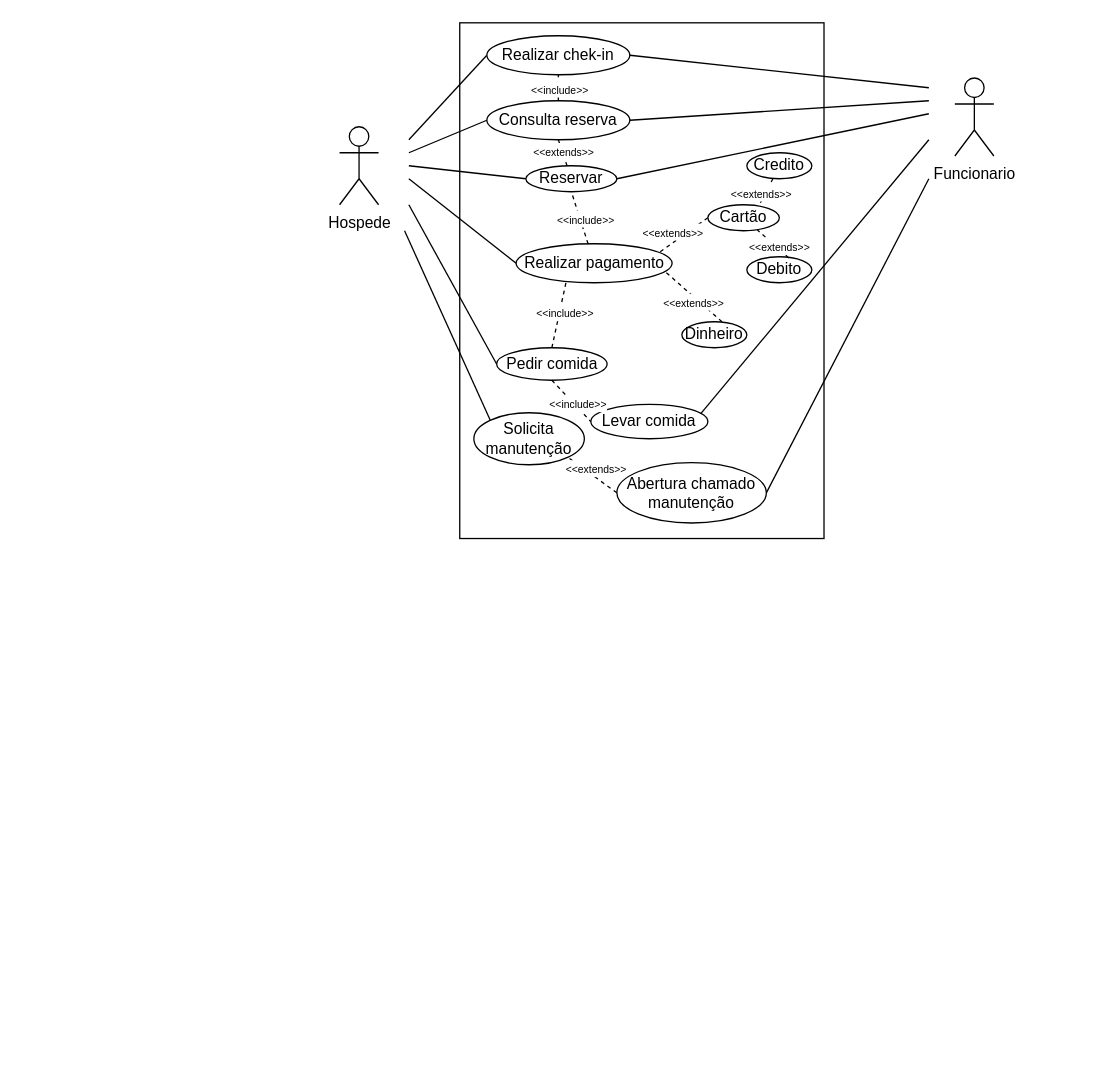
The draw.io diagram 2° Semestre/AS - Analise de Sistemas/Sprint 2/AS-DiagramaCasoDeUso.drawio in lucaslrodrigues/AtividadesFaculdade, before the edit. Source tidied: cells renumbered, new cells numbered last; positions are measured from the earlier drawing's top-left corner, leaving out a move shared by most shapes. Both pictures are drawn from the tidied source at 130%, with x=0, y=0 at pixel (339, 35).
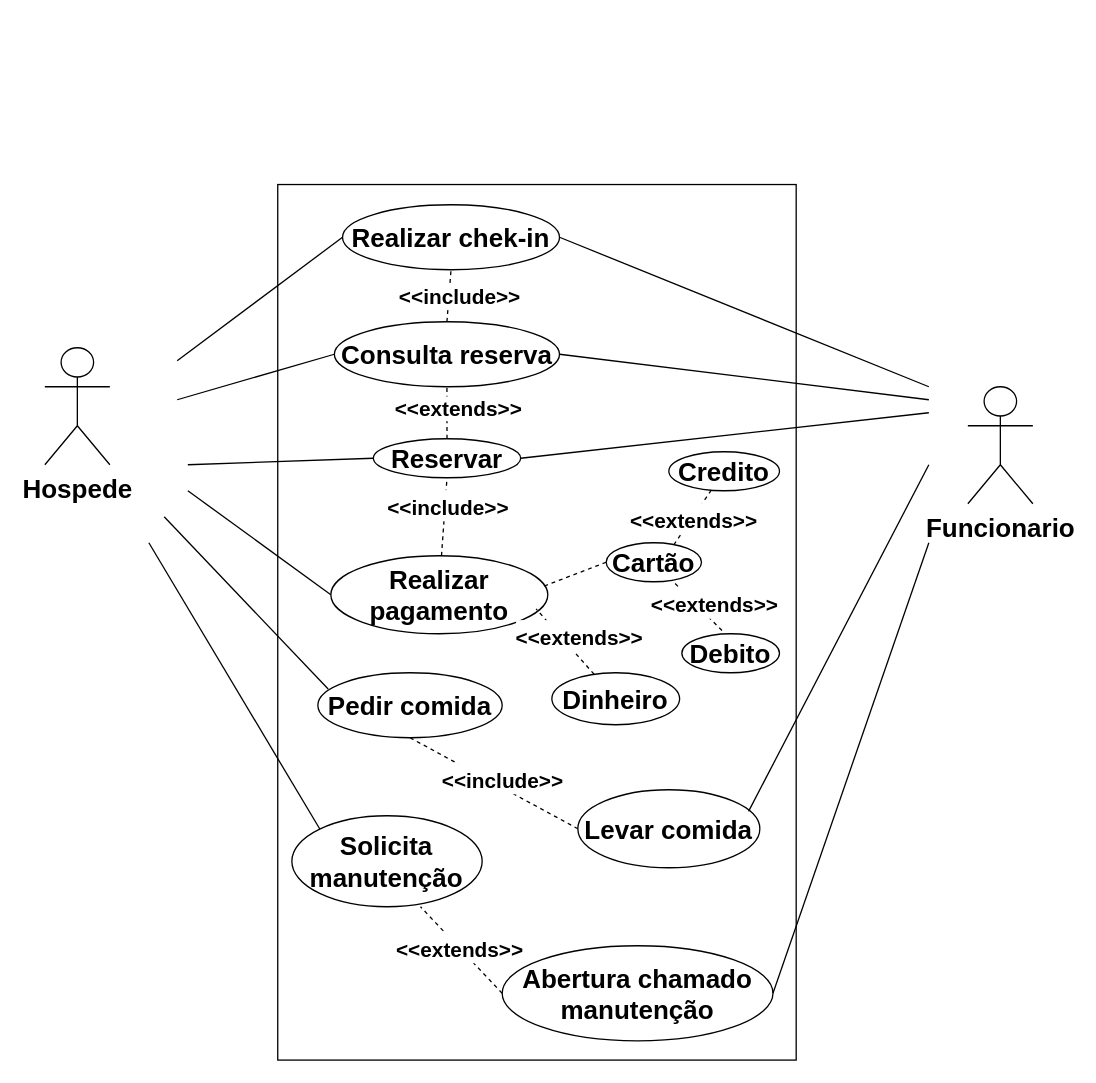
Above is the later version.

What changed in the source:
```diff
@@
-    <mxCell id="2" style="rounded=0;whiteSpace=wrap;html=1;rotation=90;" parent="1" vertex="1">
-      <mxGeometry x="33.9" y="48.3" width="396.7" height="280.2" as="geometry" />
+    <mxCell id="2" style="rounded=0;whiteSpace=wrap;html=1;rotation=90;fontSize=20;fontStyle=1;" parent="1" vertex="1">
+      <mxGeometry x="-185.2" y="251.8" width="673.5" height="398.8" as="geometry" />
     </mxCell>
-    <mxCell id="3" value="Hospede" style="shape=umlActor;verticalLabelPosition=bottom;verticalAlign=top;html=1;" parent="1" vertex="1">
-      <mxGeometry x="-0.3" y="70" width="30" height="60" as="geometry" />
+    <mxCell id="3" value="Hospede" style="shape=umlActor;verticalLabelPosition=bottom;verticalAlign=top;html=1;fontSize=20;fontStyle=1;" parent="1" vertex="1">
+      <mxGeometry x="-227" y="240" width="50" height="90" as="geometry" />
     </mxCell>
-    <mxCell id="4" style="endArrow=none;html=1;rounded=0;entryX=0;entryY=0.5;entryDx=0;entryDy=0;" parent="1" edge="1" target="5">
+    <mxCell id="4" style="endArrow=none;html=1;rounded=0;entryX=0;entryY=0.5;entryDx=0;entryDy=0;fontSize=20;fontStyle=1;" parent="1" edge="1" target="5">
       <mxGeometry relative="1" as="geometry">
-        <mxPoint x="53" y="80" as="sourcePoint" />
+        <mxPoint x="-125.2" y="250" as="sourcePoint" />
       </mxGeometry>
     </mxCell>
-    <mxCell id="5" value="Realizar chek-in" style="ellipse;whiteSpace=wrap;html=1;" parent="1" vertex="1">
-      <mxGeometry x="113" width="110" height="30" as="geometry" />
+    <mxCell id="5" value="Realizar chek-in" style="ellipse;whiteSpace=wrap;html=1;fontSize=20;fontStyle=1;" parent="1" vertex="1">
+      <mxGeometry x="2" y="130" width="166.9" height="50" as="geometry" />
     </mxCell>
-    <mxCell id="6" value="Funcionario" style="shape=umlActor;verticalLabelPosition=bottom;verticalAlign=top;html=1;" parent="1" vertex="1">
-      <mxGeometry x="473" y="32.5" width="30" height="60" as="geometry" />
+    <mxCell id="6" value="Funcionario" style="shape=umlActor;verticalLabelPosition=bottom;verticalAlign=top;html=1;fontSize=20;fontStyle=1;" parent="1" vertex="1">
+      <mxGeometry x="483" y="270" width="50" height="90" as="geometry" />
     </mxCell>
-    <mxCell id="7" value="Consulta reserva" style="ellipse;whiteSpace=wrap;html=1;" parent="1" vertex="1">
-      <mxGeometry x="113" y="50" width="110" height="30" as="geometry" />
+    <mxCell id="7" value="Consulta reserva" style="ellipse;whiteSpace=wrap;html=1;fontSize=20;fontStyle=1;" parent="1" vertex="1">
+      <mxGeometry x="-4.3" y="220" width="173.2" height="50" as="geometry" />
     </mxCell>
-    <mxCell id="8" style="endArrow=none;html=1;rounded=0;entryX=0;entryY=0.5;entryDx=0;entryDy=0;" parent="1" edge="1" target="7">
+    <mxCell id="8" style="endArrow=none;html=1;rounded=0;entryX=0;entryY=0.5;entryDx=0;entryDy=0;fontSize=20;fontStyle=1;" parent="1" edge="1" target="7">
       <mxGeometry relative="1" as="geometry">
-        <mxPoint x="53" y="90" as="sourcePoint" />
+        <mxPoint x="-125.2" y="280" as="sourcePoint" />
       </mxGeometry>
     </mxCell>
-    <mxCell id="9" value="Pedir comida" style="ellipse;whiteSpace=wrap;html=1;" parent="1" vertex="1">
-      <mxGeometry x="120.5" y="240" width="85" height="25" as="geometry" />
+    <mxCell id="9" value="Pedir comida" style="ellipse;whiteSpace=wrap;html=1;fontSize=20;fontStyle=1;" parent="1" vertex="1">
+      <mxGeometry x="-17" y="490" width="141.8" height="50" as="geometry" />
     </mxCell>
-    <mxCell id="10" style="endArrow=none;html=1;rounded=0;entryX=0;entryY=0.5;entryDx=0;entryDy=0;" parent="1" edge="1" target="9">
+    <mxCell id="10" style="endArrow=none;html=1;rounded=0;entryX=0.056;entryY=0.25;entryDx=0;entryDy=0;fontSize=20;entryPerimeter=0;fontStyle=1;" parent="1" edge="1" target="9">
       <mxGeometry relative="1" as="geometry">
-        <mxPoint x="53" y="130" as="sourcePoint" />
+        <mxPoint x="-135.2" y="370" as="sourcePoint" />
       </mxGeometry>
     </mxCell>
-    <mxCell id="11" value="Realizar pagamento" style="ellipse;whiteSpace=wrap;html=1;" parent="1" vertex="1">
-      <mxGeometry x="135.5" y="160" width="120" height="30" as="geometry" />
+    <mxCell id="11" value="Realizar pagamento" style="ellipse;whiteSpace=wrap;html=1;fontSize=20;fontStyle=1;" parent="1" vertex="1">
+      <mxGeometry x="-7" y="400" width="166.9" height="60" as="geometry" />
     </mxCell>
-    <mxCell id="12" style="endArrow=none;html=1;rounded=0;entryX=0;entryY=0.5;entryDx=0;entryDy=0;" parent="1" edge="1" target="11">
+    <mxCell id="12" style="endArrow=none;html=1;rounded=0;entryX=0;entryY=0.5;entryDx=0;entryDy=0;fontSize=20;fontStyle=1;" parent="1" edge="1" target="11">
       <mxGeometry relative="1" as="geometry">
-        <mxPoint x="53" y="110" as="sourcePoint" />
+        <mxPoint x="-117" y="350" as="sourcePoint" />
       </mxGeometry>
     </mxCell>
-    <mxCell id="13" style="endArrow=none;dashed=1;html=1;rounded=0;exitX=0.617;exitY=-0.002;exitDx=0;exitDy=0;exitPerimeter=0;entryX=0.946;entryY=0.681;entryDx=0;entryDy=0;entryPerimeter=0;" parent="1" edge="1" source="16" target="11">
+    <mxCell id="13" style="endArrow=none;dashed=1;html=1;rounded=0;entryX=0.946;entryY=0.681;entryDx=0;entryDy=0;entryPerimeter=0;fontSize=20;fontStyle=1;" parent="1" edge="1" source="16" target="11">
       <mxGeometry relative="1" as="geometry" />
     </mxCell>
-    <mxCell id="14" value="Cartão" style="ellipse;whiteSpace=wrap;html=1;" parent="1" vertex="1">
-      <mxGeometry x="283" y="130" width="55" height="20" as="geometry" />
+    <mxCell id="14" value="Cartão" style="ellipse;whiteSpace=wrap;html=1;fontSize=20;fontStyle=1;" parent="1" vertex="1">
+      <mxGeometry x="204.8" y="390" width="73.3" height="30" as="geometry" />
     </mxCell>
-    <mxCell id="15" style="endArrow=none;dashed=1;html=1;rounded=0;exitX=0;exitY=0.5;exitDx=0;exitDy=0;entryX=0.918;entryY=0.221;entryDx=0;entryDy=0;entryPerimeter=0;" parent="1" edge="1" source="14" target="11">
+    <mxCell id="15" style="endArrow=none;dashed=1;html=1;rounded=0;exitX=0;exitY=0.5;exitDx=0;exitDy=0;entryX=0.978;entryY=0.394;entryDx=0;entryDy=0;entryPerimeter=0;fontSize=20;fontStyle=1;" parent="1" edge="1" source="14" target="11">
       <mxGeometry relative="1" as="geometry" />
     </mxCell>
-    <mxCell id="16" value="Dinheiro" style="ellipse;whiteSpace=wrap;html=1;" parent="1" vertex="1">
-      <mxGeometry x="263" y="220" width="50" height="20" as="geometry" />
+    <mxCell id="16" value="Dinheiro" style="ellipse;whiteSpace=wrap;html=1;fontSize=20;fontStyle=1;" parent="1" vertex="1">
+      <mxGeometry x="163" y="490" width="98.3" height="40" as="geometry" />
     </mxCell>
-    <mxCell id="17" value="Debito" style="ellipse;whiteSpace=wrap;html=1;" parent="1" vertex="1">
-      <mxGeometry x="313" y="170" width="50" height="20" as="geometry" />
+    <mxCell id="17" value="Debito" style="ellipse;whiteSpace=wrap;html=1;fontSize=20;fontStyle=1;" parent="1" vertex="1">
+      <mxGeometry x="263" y="460" width="75.1" height="30" as="geometry" />
     </mxCell>
-    <mxCell id="18" value="Credito" style="ellipse;whiteSpace=wrap;html=1;" parent="1" vertex="1">
-      <mxGeometry x="313" y="90" width="50" height="20" as="geometry" />
+    <mxCell id="18" value="Credito" style="ellipse;whiteSpace=wrap;html=1;fontSize=20;fontStyle=1;" parent="1" vertex="1">
+      <mxGeometry x="253" y="320" width="85.1" height="30" as="geometry" />
     </mxCell>
-    <mxCell id="19" style="endArrow=none;dashed=1;html=1;rounded=0;exitX=0.644;exitY=0.045;exitDx=0;exitDy=0;exitPerimeter=0;" parent="1" edge="1" source="17" target="14">
+    <mxCell id="19" style="endArrow=none;dashed=1;html=1;rounded=0;exitX=0.411;exitY=-0.083;exitDx=0;exitDy=0;exitPerimeter=0;fontSize=20;fontStyle=1;" parent="1" edge="1" source="17" target="14">
       <mxGeometry relative="1" as="geometry" />
     </mxCell>
-    <mxCell id="20" value="&lt;font style=&quot;font-size: 8px;&quot;&gt;&amp;lt;&amp;lt;extends&amp;gt;&amp;gt;&lt;/font&gt;" style="edgeLabel;html=1;align=center;verticalAlign=middle;" parent="19" vertex="1">
+    <mxCell id="20" value="&lt;font style=&quot;font-size: 16px;&quot;&gt;&amp;lt;&amp;lt;extends&amp;gt;&amp;gt;&lt;/font&gt;" style="edgeLabel;html=1;align=center;verticalAlign=middle;fontSize=20;fontStyle=1;" parent="19" vertex="1">
       <mxGeometry x="-0.48" y="1" relative="1" as="geometry">
-        <mxPoint x="-1" y="-5" as="offset" />
+        <mxPoint x="4" y="-13" as="offset" />
       </mxGeometry>
     </mxCell>
-    <mxCell id="21" style="endArrow=none;dashed=1;html=1;rounded=0;entryX=0.712;entryY=0.045;entryDx=0;entryDy=0;entryPerimeter=0;" parent="1" edge="1" source="18" target="14">
+    <mxCell id="21" style="endArrow=none;dashed=1;html=1;rounded=0;entryX=0.712;entryY=0.045;entryDx=0;entryDy=0;entryPerimeter=0;fontSize=20;fontStyle=1;" parent="1" edge="1" source="18" target="14">
       <mxGeometry relative="1" as="geometry" />
     </mxCell>
-    <mxCell id="22" value="&lt;font style=&quot;font-size: 8px;&quot;&gt;&amp;lt;&amp;lt;extends&amp;gt;&amp;gt;&lt;/font&gt;" style="edgeLabel;html=1;align=center;verticalAlign=middle;" parent="1" vertex="1">
-      <mxGeometry x="323" y="120" as="geometry" />
-    </mxCell>
-    <mxCell id="23" value="&lt;font style=&quot;font-size: 8px;&quot;&gt;&amp;lt;&amp;lt;extends&amp;gt;&amp;gt;&lt;/font&gt;" style="edgeLabel;html=1;align=center;verticalAlign=middle;" parent="1" vertex="1">
-      <mxGeometry x="268" y="200" as="geometry">
-        <mxPoint x="3" y="4" as="offset" />
-      </mxGeometry>
-    </mxCell>
-    <mxCell id="24" value="&lt;font style=&quot;font-size: 8px;&quot;&gt;&amp;lt;&amp;lt;extends&amp;gt;&amp;gt;&lt;/font&gt;" style="edgeLabel;html=1;align=center;verticalAlign=middle;" parent="1" vertex="1">
-      <mxGeometry x="255.5" y="150" as="geometry" />
-    </mxCell>
-    <mxCell id="25" style="endArrow=none;dashed=1;html=1;rounded=0;entryX=0.5;entryY=1;entryDx=0;entryDy=0;" parent="1" edge="1" source="26" target="7">
+    <mxCell id="25" style="endArrow=none;dashed=1;html=1;rounded=0;entryX=0.5;entryY=1;entryDx=0;entryDy=0;fontSize=20;fontStyle=1;" parent="1" edge="1" source="26" target="7">
       <mxGeometry relative="1" as="geometry" />
     </mxCell>
-    <mxCell id="26" value="Reservar" style="ellipse;whiteSpace=wrap;html=1;" parent="1" vertex="1">
-      <mxGeometry x="143" y="100" width="70" height="20" as="geometry" />
+    <mxCell id="26" value="Reservar" style="ellipse;whiteSpace=wrap;html=1;fontSize=20;fontStyle=1;" parent="1" vertex="1">
+      <mxGeometry x="25.7" y="310" width="113.3" height="30" as="geometry" />
     </mxCell>
-    <mxCell id="27" value="&lt;font style=&quot;font-size: 8px;&quot;&gt;&amp;lt;&amp;lt;extends&amp;gt;&amp;gt;&lt;/font&gt;" style="edgeLabel;html=1;align=center;verticalAlign=middle;" parent="1" vertex="1">
-      <mxGeometry x="163" y="92.5" as="geometry">
+    <mxCell id="27" value="&lt;font style=&quot;font-size: 16px;&quot;&gt;&amp;lt;&amp;lt;extends&amp;gt;&amp;gt;&lt;/font&gt;" style="edgeLabel;html=1;align=center;verticalAlign=middle;fontSize=16;fontStyle=1;" parent="1" vertex="1">
+      <mxGeometry x="82.4" y="290" as="geometry">
         <mxPoint x="8" y="-4" as="offset" />
       </mxGeometry>
     </mxCell>
-    <mxCell id="28" style="endArrow=none;dashed=1;html=1;rounded=0;entryX=0.5;entryY=1;entryDx=0;entryDy=0;" parent="1" edge="1" source="11" target="26">
+    <mxCell id="28" style="endArrow=none;dashed=1;html=1;rounded=0;entryX=0.5;entryY=1;entryDx=0;entryDy=0;fontSize=20;fontStyle=1;" parent="1" edge="1" source="11" target="26">
       <mxGeometry relative="1" as="geometry" />
     </mxCell>
-    <mxCell id="29" value="&lt;font style=&quot;font-size: 8px;&quot;&gt;&amp;lt;&amp;lt;include&amp;gt;&amp;gt;&lt;/font&gt;" style="edgeLabel;html=1;align=center;verticalAlign=middle;" parent="1" vertex="1">
-      <mxGeometry x="188" y="140" as="geometry" />
+    <mxCell id="29" value="&lt;font style=&quot;font-size: 16px;&quot;&gt;&amp;lt;&amp;lt;include&amp;gt;&amp;gt;&lt;/font&gt;" style="edgeLabel;html=1;align=center;verticalAlign=middle;fontSize=20;fontStyle=1;" parent="1" vertex="1">
+      <mxGeometry x="82.4" y="360" as="geometry" />
     </mxCell>
-    <mxCell id="30" style="endArrow=none;dashed=1;html=1;rounded=0;entryX=0.5;entryY=1;entryDx=0;entryDy=0;exitX=0.5;exitY=0;exitDx=0;exitDy=0;" parent="1" edge="1" source="7" target="5">
+    <mxCell id="30" style="endArrow=none;dashed=1;html=1;rounded=0;entryX=0.5;entryY=1;entryDx=0;entryDy=0;exitX=0.5;exitY=0;exitDx=0;exitDy=0;fontSize=20;fontStyle=1;" parent="1" edge="1" source="7" target="5">
       <mxGeometry relative="1" as="geometry" />
     </mxCell>
-    <mxCell id="31" value="&lt;font style=&quot;font-size: 8px;&quot;&gt;&amp;lt;&amp;lt;include&amp;gt;&amp;gt;&lt;/font&gt;" style="edgeLabel;html=1;align=center;verticalAlign=middle;" parent="1" vertex="1">
-      <mxGeometry x="168" y="40" as="geometry" />
+    <mxCell id="31" value="&lt;font style=&quot;font-size: 16px;&quot;&gt;&amp;lt;&amp;lt;include&amp;gt;&amp;gt;&lt;/font&gt;" style="edgeLabel;html=1;align=center;verticalAlign=middle;fontSize=16;fontStyle=1;" parent="1" vertex="1">
+      <mxGeometry x="91.4" y="200" as="geometry" />
     </mxCell>
-    <mxCell id="32" value="Abertura chamado manutenção" style="ellipse;whiteSpace=wrap;html=1;" parent="1" vertex="1">
-      <mxGeometry x="213" y="328.4" width="115" height="46.4" as="geometry" />
+    <mxCell id="32" value="Abertura chamado manutenção" style="ellipse;whiteSpace=wrap;html=1;fontSize=20;fontStyle=1;" parent="1" vertex="1">
+      <mxGeometry x="124.8" y="700" width="208.3" height="73.2" as="geometry" />
     </mxCell>
-    <mxCell id="33" style="endArrow=none;html=1;rounded=0;exitX=1;exitY=0.5;exitDx=0;exitDy=0;" parent="1" edge="1" source="32">
+    <mxCell id="33" style="endArrow=none;html=1;rounded=0;exitX=1;exitY=0.5;exitDx=0;exitDy=0;fontSize=20;fontStyle=1;" parent="1" edge="1" source="32">
       <mxGeometry relative="1" as="geometry">
-        <mxPoint x="453" y="110" as="targetPoint" />
+        <mxPoint x="453" y="390" as="targetPoint" />
       </mxGeometry>
     </mxCell>
-    <mxCell id="34" style="endArrow=none;html=1;rounded=0;exitX=1;exitY=0.5;exitDx=0;exitDy=0;" parent="1" edge="1" source="5">
+    <mxCell id="34" style="endArrow=none;html=1;rounded=0;exitX=1;exitY=0.5;exitDx=0;exitDy=0;fontSize=20;fontStyle=1;" parent="1" edge="1" source="5">
       <mxGeometry relative="1" as="geometry">
-        <mxPoint x="453" y="40" as="targetPoint" />
+        <mxPoint x="453" y="270" as="targetPoint" />
       </mxGeometry>
     </mxCell>
-    <mxCell id="35" style="endArrow=none;html=1;rounded=0;exitX=1;exitY=0.5;exitDx=0;exitDy=0;" parent="1" edge="1" source="7">
+    <mxCell id="35" style="endArrow=none;html=1;rounded=0;exitX=1;exitY=0.5;exitDx=0;exitDy=0;fontSize=20;fontStyle=1;" parent="1" edge="1" source="7">
       <mxGeometry relative="1" as="geometry">
-        <mxPoint x="453" y="50" as="targetPoint" />
+        <mxPoint x="453" y="280" as="targetPoint" />
       </mxGeometry>
     </mxCell>
-    <mxCell id="36" value="Levar comida" style="ellipse;whiteSpace=wrap;html=1;" parent="1" vertex="1">
-      <mxGeometry x="193" y="283.6" width="90" height="26.4" as="geometry" />
+    <mxCell id="36" value="Levar comida" style="ellipse;whiteSpace=wrap;html=1;fontSize=20;fontStyle=1;" parent="1" vertex="1">
+      <mxGeometry x="183" y="580" width="140" height="60" as="geometry" />
     </mxCell>
-    <mxCell id="37" style="endArrow=none;html=1;rounded=0;exitX=0.938;exitY=0.277;exitDx=0;exitDy=0;exitPerimeter=0;" parent="1" edge="1" source="36">
+    <mxCell id="37" style="endArrow=none;html=1;rounded=0;exitX=0.938;exitY=0.277;exitDx=0;exitDy=0;exitPerimeter=0;fontSize=20;fontStyle=1;" parent="1" edge="1" source="36">
       <mxGeometry relative="1" as="geometry">
-        <mxPoint x="453" y="80" as="targetPoint" />
+        <mxPoint x="453" y="330" as="targetPoint" />
       </mxGeometry>
     </mxCell>
-    <mxCell id="38" style="endArrow=none;dashed=1;html=1;rounded=0;entryX=0.323;entryY=0.935;entryDx=0;entryDy=0;entryPerimeter=0;exitX=0.5;exitY=0;exitDx=0;exitDy=0;" parent="1" edge="1" source="9" target="11">
-      <mxGeometry relative="1" as="geometry" />
-    </mxCell>
-    <mxCell id="39" style="endArrow=none;dashed=1;html=1;rounded=0;entryX=0;entryY=0.5;entryDx=0;entryDy=0;exitX=0.5;exitY=1;exitDx=0;exitDy=0;" parent="1" edge="1" source="9" target="36">
+    <mxCell id="39" style="endArrow=none;dashed=1;html=1;rounded=0;entryX=0;entryY=0.5;entryDx=0;entryDy=0;exitX=0.5;exitY=1;exitDx=0;exitDy=0;fontSize=20;fontStyle=1;" parent="1" edge="1" source="9" target="36">
       <mxGeometry relative="1" as="geometry" />
     </mxCell>
-    <mxCell id="40" value="&lt;font style=&quot;font-size: 8px;&quot;&gt;&amp;lt;&amp;lt;include&amp;gt;&amp;gt;&lt;/font&gt;" style="edgeLabel;html=1;align=center;verticalAlign=middle;" parent="1" vertex="1">
-      <mxGeometry x="163" y="290" as="geometry">
-        <mxPoint x="19" y="-8" as="offset" />
-      </mxGeometry>
-    </mxCell>
-    <mxCell id="41" value="&lt;font style=&quot;font-size: 8px;&quot;&gt;&amp;lt;&amp;lt;include&amp;gt;&amp;gt;&lt;/font&gt;" style="edgeLabel;html=1;align=center;verticalAlign=middle;" parent="1" vertex="1">
-      <mxGeometry x="153" y="220" as="geometry">
-        <mxPoint x="19" y="-8" as="offset" />
-      </mxGeometry>
-    </mxCell>
-    <mxCell id="42" style="endArrow=none;html=1;rounded=0;entryX=0;entryY=0.5;entryDx=0;entryDy=0;" parent="1" edge="1" target="26">
+    <mxCell id="42" style="endArrow=none;html=1;rounded=0;entryX=0;entryY=0.5;entryDx=0;entryDy=0;fontSize=20;fontStyle=1;" parent="1" edge="1" target="26">
       <mxGeometry relative="1" as="geometry">
-        <mxPoint x="53" y="100" as="sourcePoint" />
+        <mxPoint x="-117" y="330" as="sourcePoint" />
       </mxGeometry>
     </mxCell>
-    <mxCell id="43" style="endArrow=none;html=1;rounded=0;exitX=1;exitY=0.5;exitDx=0;exitDy=0;" parent="1" edge="1" source="26">
+    <mxCell id="43" style="endArrow=none;html=1;rounded=0;exitX=1;exitY=0.5;exitDx=0;exitDy=0;fontSize=20;fontStyle=1;" parent="1" edge="1" source="26">
       <mxGeometry relative="1" as="geometry">
-        <mxPoint x="453" y="60" as="targetPoint" />
+        <mxPoint x="453" y="290" as="targetPoint" />
       </mxGeometry>
     </mxCell>
-    <mxCell id="44" value="Solicita manutenção" style="ellipse;whiteSpace=wrap;html=1;" parent="1" vertex="1">
-      <mxGeometry x="103" y="290" width="85" height="40" as="geometry" />
+    <mxCell id="44" value="Solicita manutenção" style="ellipse;whiteSpace=wrap;html=1;fontSize=20;fontStyle=1;" parent="1" vertex="1">
+      <mxGeometry x="-37" y="600" width="146.4" height="70" as="geometry" />
     </mxCell>
-    <mxCell id="45" style="endArrow=none;html=1;rounded=0;exitX=0;exitY=0;exitDx=0;exitDy=0;" parent="1" edge="1" source="44">
+    <mxCell id="45" style="endArrow=none;html=1;rounded=0;exitX=0;exitY=0;exitDx=0;exitDy=0;fontSize=20;fontStyle=1;" parent="1" edge="1" source="44">
       <mxGeometry relative="1" as="geometry">
-        <mxPoint x="49.7" y="150" as="targetPoint" />
+        <mxPoint x="-147" y="390" as="targetPoint" />
       </mxGeometry>
     </mxCell>
-    <mxCell id="46" style="endArrow=none;dashed=1;html=1;rounded=0;exitX=0;exitY=0.5;exitDx=0;exitDy=0;entryX=1;entryY=1;entryDx=0;entryDy=0;" parent="1" edge="1" source="32" target="44">
+    <mxCell id="46" style="endArrow=none;dashed=1;html=1;rounded=0;exitX=0;exitY=0.5;exitDx=0;exitDy=0;entryX=0.676;entryY=1;entryDx=0;entryDy=0;fontSize=20;entryPerimeter=0;fontStyle=1;" parent="1" edge="1" source="32" target="44">
       <mxGeometry relative="1" as="geometry" />
     </mxCell>
-    <mxCell id="47" value="&lt;font style=&quot;font-size: 8px;&quot;&gt;&amp;lt;&amp;lt;extends&amp;gt;&amp;gt;&lt;/font&gt;" style="edgeLabel;html=1;align=center;verticalAlign=middle;" parent="1" vertex="1">
-      <mxGeometry x="188" y="340" as="geometry">
-        <mxPoint x="8" y="-8" as="offset" />
-      </mxGeometry>
-    </mxCell>
+    <mxCell id="48" value="&lt;font style=&quot;font-size: 16px;&quot;&gt;&amp;lt;&amp;lt;extends&amp;gt;&amp;gt;&lt;/font&gt;" style="edgeLabel;html=1;align=center;verticalAlign=middle;fontSize=20;fontStyle=1;" parent="1" vertex="1">
+      <mxGeometry x="271.4" y="370" as="geometry" />
+    </mxCell>
+    <mxCell id="49" value="&lt;font style=&quot;font-size: 16px;&quot;&gt;&amp;lt;&amp;lt;extends&amp;gt;&amp;gt;&lt;/font&gt;" style="edgeLabel;html=1;align=center;verticalAlign=middle;fontSize=20;fontStyle=1;" parent="1" vertex="1">
+      <mxGeometry x="183" y="460" as="geometry" />
+    </mxCell>
+    <mxCell id="50" value="&lt;font style=&quot;font-size: 16px;&quot;&gt;&amp;lt;&amp;lt;include&amp;gt;&amp;gt;&lt;/font&gt;" style="edgeLabel;html=1;align=center;verticalAlign=middle;fontSize=20;fontStyle=1;" parent="1" vertex="1">
+      <mxGeometry x="124.8" y="570" as="geometry" />
+    </mxCell>
+    <mxCell id="51" value="&lt;font style=&quot;font-size: 16px;&quot;&gt;&amp;lt;&amp;lt;extends&amp;gt;&amp;gt;&lt;/font&gt;" style="edgeLabel;html=1;align=center;verticalAlign=middle;fontSize=20;fontStyle=1;" parent="1" vertex="1">
+      <mxGeometry x="91.4" y="700" as="geometry" />
+    </mxCell>
```
